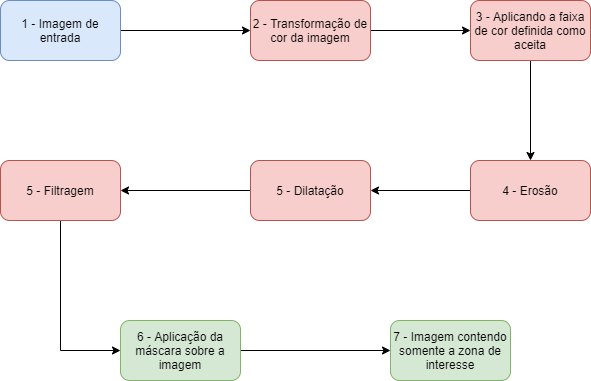
Earlier version of the draw.io export digrama-deteccao-pele.png (lps08/deteccao_pele_opencv). Source tidied: cells renumbered, new cells last; positions are measured from the earlier drawing's top-left corner, leaving out a move shared by most shapes.
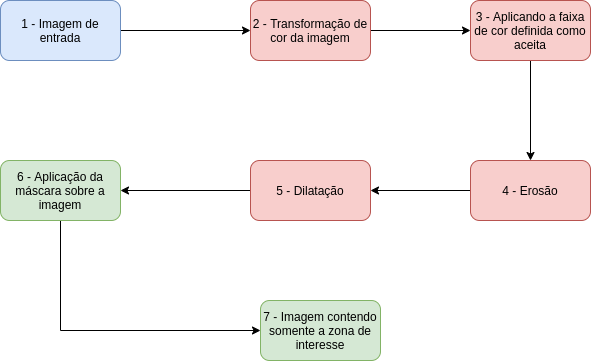
After the change.

What changed in the source:
```diff
@@ -20,22 +20,12 @@
     <mxCell id="7" value="4 - Erosão" style="rounded=1;whiteSpace=wrap;html=1;fillColor=#f8cecc;strokeColor=#b85450;" parent="1" vertex="1">
       <mxGeometry x="470" y="160" width="120" height="60" as="geometry" />
     </mxCell>
-    <mxCell id="8" style="edgeStyle=orthogonalEdgeStyle;rounded=0;jettySize=auto;html=1;" parent="1" edge="1" source="9" target="11">
-      <mxGeometry relative="1" as="geometry" />
-    </mxCell>
+    <mxCell id="17" style="edgeStyle=orthogonalEdgeStyle;rounded=0;jettySize=auto;html=1;entryX=1;entryY=0.5;entryDx=0;entryDy=0;" parent="1" edge="1" source="9" target="15">
+      <mxGeometry relative="1" as="geometry" />
+    </mxCell>
     <mxCell id="9" value="5 - Dilatação" style="rounded=1;whiteSpace=wrap;html=1;fillColor=#f8cecc;strokeColor=#b85450;" parent="1" vertex="1">
       <mxGeometry x="250" y="160" width="120" height="60" as="geometry" />
     </mxCell>
-    <mxCell id="10" style="edgeStyle=orthogonalEdgeStyle;rounded=0;jettySize=auto;html=1;entryX=0;entryY=0.5;entryDx=0;entryDy=0;" parent="1" edge="1" source="11" target="15">
-      <mxGeometry relative="1" as="geometry">
-        <Array as="points">
-          <mxPoint x="60" y="350" />
-        </Array>
-      </mxGeometry>
-    </mxCell>
-    <mxCell id="11" value="5 - Filtragem" style="rounded=1;whiteSpace=wrap;html=1;fillColor=#f8cecc;strokeColor=#b85450;" parent="1" vertex="1">
-      <mxGeometry y="160" width="120" height="60" as="geometry" />
-    </mxCell>
     <mxCell id="12" style="edgeStyle=orthogonalEdgeStyle;rounded=0;jettySize=auto;html=1;entryX=0.5;entryY=0;entryDx=0;entryDy=0;" parent="1" edge="1" source="13" target="7">
       <mxGeometry relative="1" as="geometry" />
     </mxCell>
@@ -43,13 +33,17 @@
       <mxGeometry x="470" width="120" height="60" as="geometry" />
     </mxCell>
     <mxCell id="14" style="edgeStyle=orthogonalEdgeStyle;rounded=0;jettySize=auto;html=1;entryX=0;entryY=0.5;entryDx=0;entryDy=0;" parent="1" edge="1" source="15" target="16">
-      <mxGeometry relative="1" as="geometry" />
+      <mxGeometry relative="1" as="geometry">
+        <Array as="points">
+          <mxPoint x="60" y="330" />
+        </Array>
+      </mxGeometry>
     </mxCell>
     <mxCell id="15" value="6 - Aplicação da máscara sobre a imagem" style="rounded=1;whiteSpace=wrap;html=1;fillColor=#d5e8d4;strokeColor=#82b366;" parent="1" vertex="1">
-      <mxGeometry x="120" y="320" width="120" height="60" as="geometry" />
+      <mxGeometry y="160" width="120" height="60" as="geometry" />
     </mxCell>
     <mxCell id="16" value="7 - Imagem contendo somente a zona de interesse" style="rounded=1;whiteSpace=wrap;html=1;fillColor=#d5e8d4;strokeColor=#82b366;" parent="1" vertex="1">
-      <mxGeometry x="390" y="320" width="120" height="60" as="geometry" />
+      <mxGeometry x="260" y="300" width="120" height="60" as="geometry" />
     </mxCell>
   </root>
 </mxGraphModel>
```
